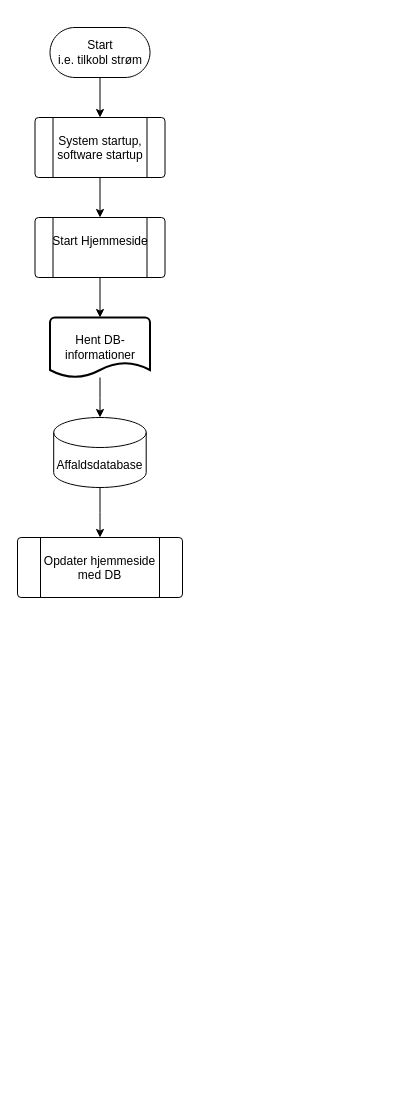
KEA-F25-B8-IoT2/SAAS keeps this draw.io diagram as flowchart.drawio. Above is the earlier version. Source tidied: cells renumbered, new cells numbered last; positions are measured from the earlier drawing's top-left corner, leaving out a move shared by most shapes. Both pictures are drawn from the tidied source at 100%, with x=0, y=0 at pixel (17, 27).
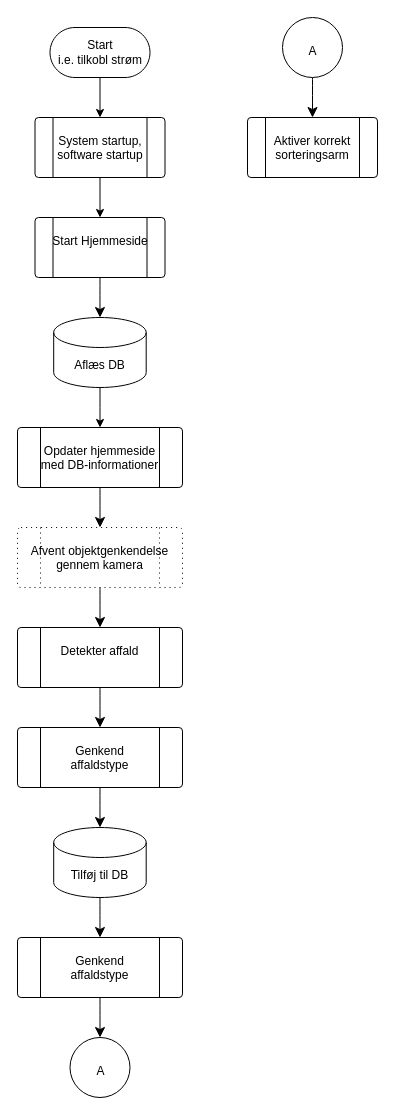
The same diagram, later.

The change refers to these unchanged cells:
```xml
<mxCell id="7" value="Start Hjemmeside" style="verticalLabelPosition=bottom;verticalAlign=top;html=1;shape=process;whiteSpace=wrap;rounded=1;size=0.14;arcSize=6;align=center;spacingTop=-50;" parent="1" vertex="1">
  <mxGeometry x="17.5" y="190" width="130" height="60" as="geometry" />
</mxCell>
```

Change to the diagram source:
```diff
@@
-    <mxCell id="6" style="edgeStyle=orthogonalEdgeStyle;rounded=0;jettySize=auto;html=1;" parent="1" edge="1" source="7" target="12">
-      <mxGeometry relative="1" as="geometry" />
-    </mxCell>
+    <mxCell id="13" style="edgeStyle=none;curved=1;rounded=0;jettySize=auto;html=1;fontSize=12;startSize=8;endSize=8;" parent="1" edge="1" source="7" target="10">
+      <mxGeometry relative="1" as="geometry" />
+    </mxCell>
@@
+    <mxCell id="14" style="edgeStyle=none;curved=1;rounded=0;jettySize=auto;html=1;fontSize=12;startSize=8;endSize=8;" parent="1" edge="1" source="8" target="16">
+      <mxGeometry relative="1" as="geometry" />
+    </mxCell>
-    <mxCell id="8" value="Opdater hjemmeside&lt;br&gt;med DB" style="verticalLabelPosition=bottom;verticalAlign=top;html=1;shape=process;whiteSpace=wrap;rounded=1;size=0.14;arcSize=6;align=center;spacingTop=-50;" parent="1" vertex="1">
-      <mxGeometry y="510" width="165" height="60" as="geometry" />
+    <mxCell id="8" value="Opdater hjemmeside&lt;br&gt;med DB-informationer" style="verticalLabelPosition=bottom;verticalAlign=top;html=1;shape=process;whiteSpace=wrap;rounded=1;size=0.14;arcSize=6;align=center;spacingTop=-50;" parent="1" vertex="1">
+      <mxGeometry y="400" width="165" height="60" as="geometry" />
     </mxCell>
@@
-    <mxCell id="10" value="Affaldsdatabase" style="shape=cylinder3;whiteSpace=wrap;html=1;boundedLbl=1;backgroundOutline=1;size=15;" parent="1" vertex="1">
-      <mxGeometry x="36.2" y="390" width="92.5" height="70" as="geometry" />
+    <mxCell id="10" value="Aflæs DB" style="shape=cylinder3;whiteSpace=wrap;html=1;boundedLbl=1;backgroundOutline=1;size=15;" parent="1" vertex="1">
+      <mxGeometry x="36.2" y="290" width="92.5" height="70" as="geometry" />
     </mxCell>
-    <mxCell id="11" style="edgeStyle=orthogonalEdgeStyle;rounded=0;jettySize=auto;html=1;" parent="1" edge="1" source="12" target="10">
-      <mxGeometry relative="1" as="geometry" />
-    </mxCell>
-    <mxCell id="12" value="Hent DB-informationer" style="strokeWidth=2;html=1;shape=mxgraph.flowchart.document2;whiteSpace=wrap;size=0.25;" parent="1" vertex="1">
-      <mxGeometry x="32.5" y="290" width="100" height="60" as="geometry" />
-    </mxCell>
+    <mxCell id="15" style="edgeStyle=none;curved=1;rounded=0;jettySize=auto;html=1;fontSize=12;startSize=8;endSize=8;" parent="1" edge="1" source="16" target="18">
+      <mxGeometry relative="1" as="geometry" />
+    </mxCell>
+    <mxCell id="16" value="Afvent objektgenkendelse&lt;br&gt;gennem kamera" style="verticalLabelPosition=bottom;verticalAlign=top;html=1;shape=process;whiteSpace=wrap;rounded=1;size=0.14;arcSize=6;align=center;spacingTop=-50;strokeColor=default;dashed=1;dashPattern=1 4;" parent="1" vertex="1">
+      <mxGeometry y="500" width="165" height="60" as="geometry" />
+    </mxCell>
+    <mxCell id="17" style="edgeStyle=none;curved=1;rounded=0;jettySize=auto;html=1;fontSize=12;startSize=8;endSize=8;" parent="1" edge="1" source="18" target="20">
+      <mxGeometry relative="1" as="geometry" />
+    </mxCell>
+    <mxCell id="18" value="Detekter affald" style="verticalLabelPosition=bottom;verticalAlign=top;html=1;shape=process;whiteSpace=wrap;rounded=1;size=0.14;arcSize=6;align=center;spacingTop=-50;" parent="1" vertex="1">
+      <mxGeometry y="600" width="165" height="60" as="geometry" />
+    </mxCell>
+    <mxCell id="19" style="edgeStyle=none;curved=1;rounded=0;jettySize=auto;html=1;fontSize=12;startSize=8;endSize=8;" parent="1" edge="1" source="20" target="22">
+      <mxGeometry relative="1" as="geometry" />
+    </mxCell>
+    <mxCell id="20" value="Genkend&lt;br&gt;affaldstype" style="verticalLabelPosition=bottom;verticalAlign=top;html=1;shape=process;whiteSpace=wrap;rounded=1;size=0.14;arcSize=6;align=center;spacingTop=-50;" parent="1" vertex="1">
+      <mxGeometry y="700" width="165" height="60" as="geometry" />
+    </mxCell>
+    <mxCell id="21" style="edgeStyle=none;curved=1;rounded=0;jettySize=auto;html=1;fontSize=12;startSize=8;endSize=8;" parent="1" edge="1" source="22" target="24">
+      <mxGeometry relative="1" as="geometry" />
+    </mxCell>
+    <mxCell id="22" value="Tilføj til DB" style="shape=cylinder3;whiteSpace=wrap;html=1;boundedLbl=1;backgroundOutline=1;size=15;" parent="1" vertex="1">
+      <mxGeometry x="36.2" y="800" width="92.5" height="70" as="geometry" />
+    </mxCell>
+    <mxCell id="23" style="edgeStyle=none;curved=1;rounded=0;jettySize=auto;html=1;fontSize=12;startSize=8;endSize=8;" parent="1" edge="1" source="24" target="25">
+      <mxGeometry relative="1" as="geometry" />
+    </mxCell>
+    <mxCell id="24" value="Genkend&lt;br&gt;affaldstype" style="verticalLabelPosition=bottom;verticalAlign=top;html=1;shape=process;whiteSpace=wrap;rounded=1;size=0.14;arcSize=6;align=center;spacingTop=-50;" parent="1" vertex="1">
+      <mxGeometry y="910" width="165" height="60" as="geometry" />
+    </mxCell>
+    <mxCell id="25" value="A" style="verticalLabelPosition=bottom;verticalAlign=top;html=1;shape=mxgraph.flowchart.on-page_reference;spacingTop=-40;" parent="1" vertex="1">
+      <mxGeometry x="52.5" y="1010" width="60" height="60" as="geometry" />
+    </mxCell>
+    <mxCell id="26" style="edgeStyle=none;curved=1;rounded=0;jettySize=auto;html=1;fontSize=12;startSize=8;endSize=8;" parent="1" edge="1" source="27" target="28">
+      <mxGeometry relative="1" as="geometry" />
+    </mxCell>
+    <mxCell id="27" value="A" style="verticalLabelPosition=bottom;verticalAlign=top;html=1;shape=mxgraph.flowchart.on-page_reference;spacingTop=-40;" parent="1" vertex="1">
+      <mxGeometry x="265" y="-10" width="60" height="60" as="geometry" />
+    </mxCell>
+    <mxCell id="28" value="Aktiver korrekt&lt;div&gt;sorteringsarm&lt;/div&gt;" style="verticalLabelPosition=bottom;verticalAlign=top;html=1;shape=process;whiteSpace=wrap;rounded=1;size=0.14;arcSize=6;align=center;spacingTop=-50;" parent="1" vertex="1">
+      <mxGeometry x="230" y="90" width="130" height="60" as="geometry" />
+    </mxCell>
```
